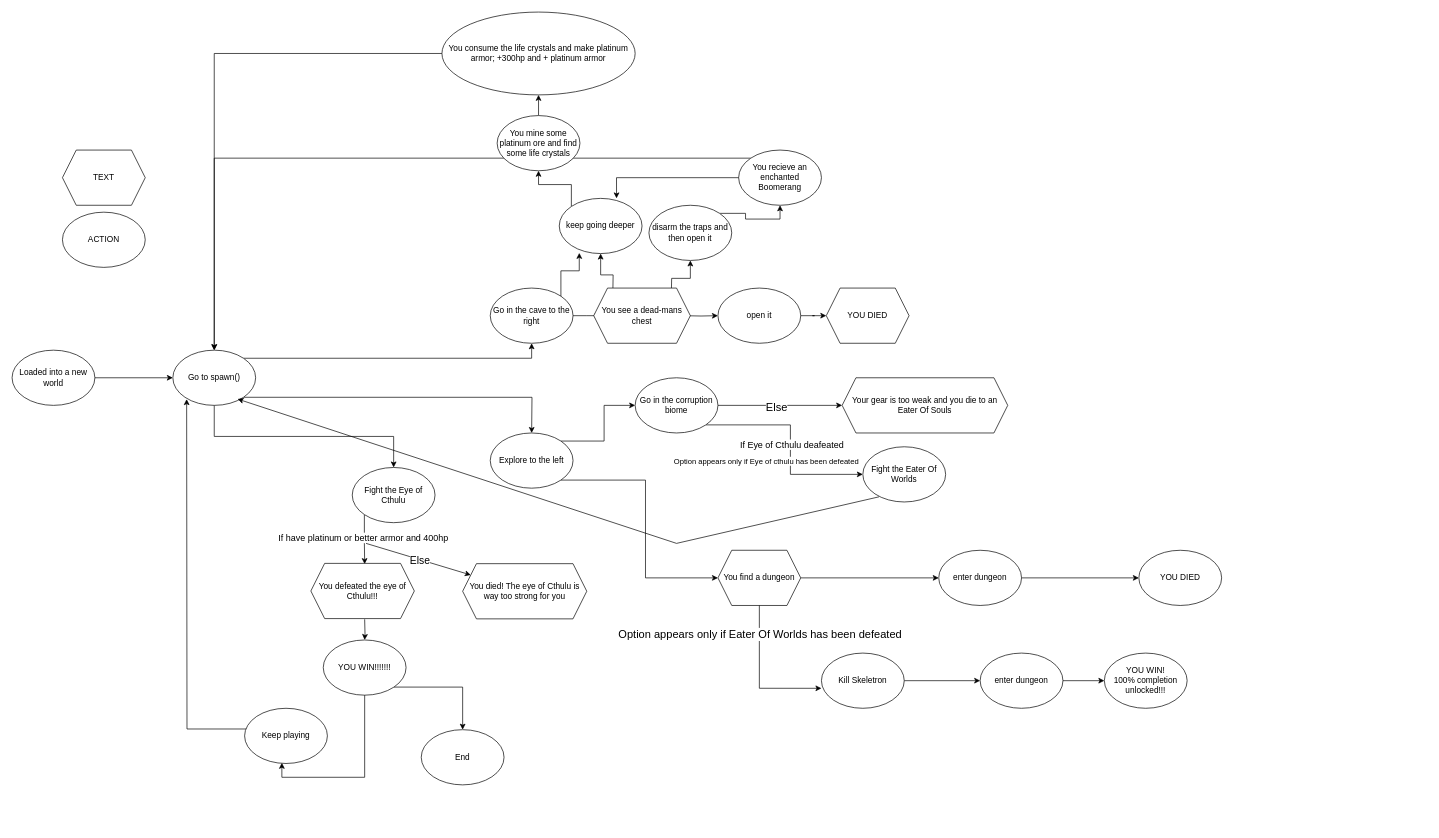
ReinisDelvers/ifififififififififif keeps this draw.io diagram as TERRORIA.drawio. Above is the earlier version. Source tidied: cells renumbered, new cells numbered last; positions are measured from the earlier drawing's top-left corner, leaving out a move shared by most shapes. Both pictures are drawn from the tidied source at 69%, with x=0, y=0 at pixel (12, 12).
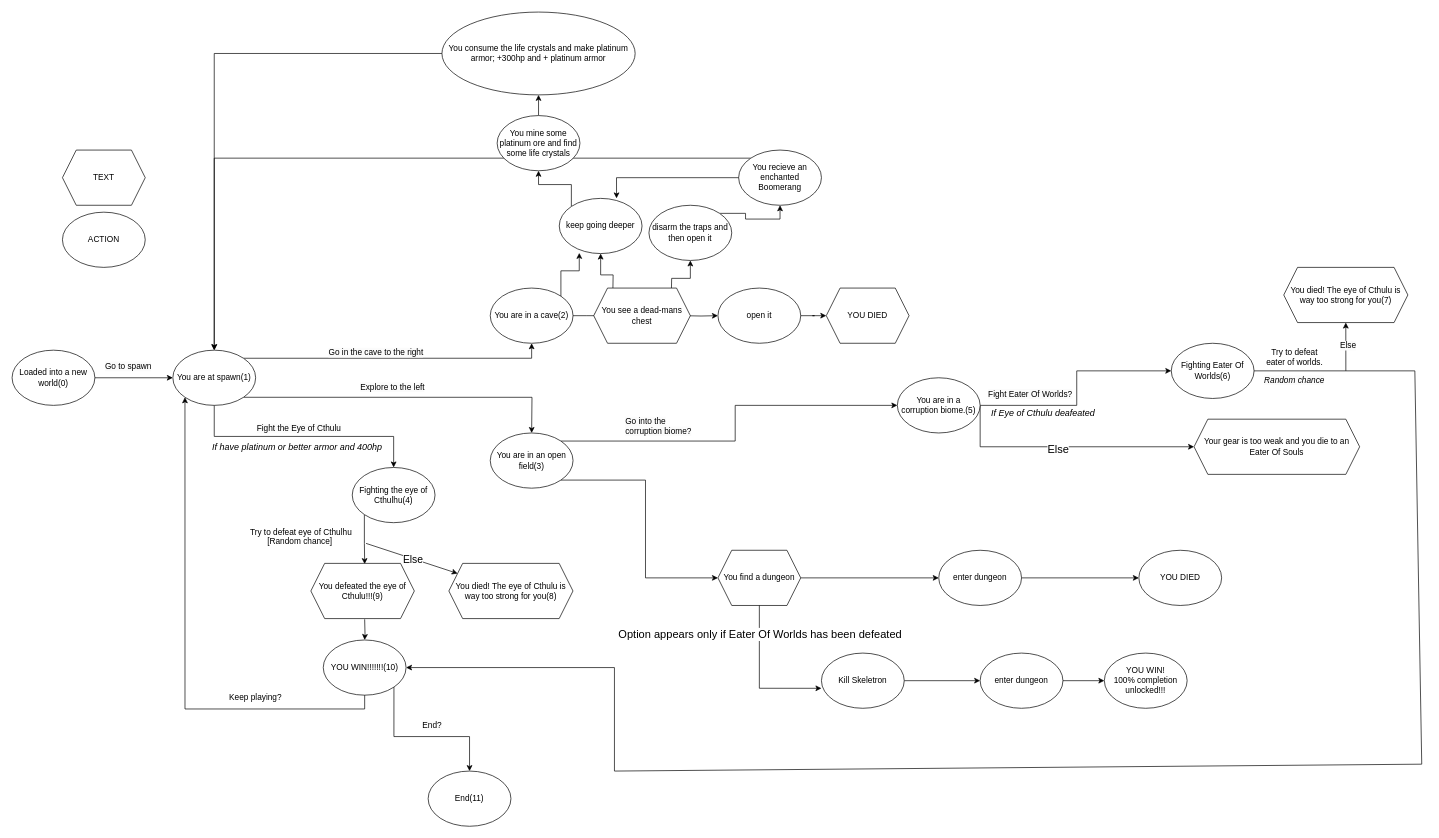
Above is the later version.

The change refers to these unchanged cells:
```xml
<mxCell id="36" style="edgeStyle=orthogonalEdgeStyle;rounded=0;jettySize=auto;html=1;exitX=0;exitY=1;exitDx=0;exitDy=0;" parent="1" edge="1" source="38">
  <mxGeometry relative="1" as="geometry">
    <mxPoint x="511" y="800" as="targetPoint" />
  </mxGeometry>
</mxCell>
```

Diff of the diagram source:
```diff
@@
-    <mxCell id="5" value="Go to spawn()" style="ellipse;whiteSpace=wrap;html=1;" parent="1" vertex="1">
+    <mxCell id="5" value="&lt;div&gt;You are at spawn(1)&lt;/div&gt;" style="ellipse;whiteSpace=wrap;html=1;" parent="1" vertex="1">
       <mxGeometry x="233" y="490" width="120" height="80" as="geometry" />
     </mxCell>
@@
-    <mxCell id="7" value="Go in the cave to the right" style="ellipse;whiteSpace=wrap;html=1;" parent="1" vertex="1">
+    <mxCell id="7" value="You are in a cave(2)" style="ellipse;whiteSpace=wrap;html=1;" parent="1" vertex="1">
       <mxGeometry x="693" y="400" width="120" height="80" as="geometry" />
     </mxCell>
@@
-    <mxCell id="10" value="Explore to the left" style="ellipse;whiteSpace=wrap;html=1;" parent="1" vertex="1">
+    <mxCell id="10" value="You are in an open field(3)" style="ellipse;whiteSpace=wrap;html=1;" parent="1" vertex="1">
       <mxGeometry x="693" y="610" width="120" height="80" as="geometry" />
     </mxCell>
-    <mxCell id="11" style="edgeStyle=orthogonalEdgeStyle;rounded=0;jettySize=auto;html=1;exitX=1;exitY=0.5;exitDx=0;exitDy=0;" parent="1" edge="1" source="16">
+    <mxCell id="11" style="edgeStyle=orthogonalEdgeStyle;rounded=0;jettySize=auto;html=1;exitX=1;exitY=0.5;exitDx=0;exitDy=0;entryX=0;entryY=0.5;entryDx=0;entryDy=0;" parent="1" edge="1" source="16" target="56">
       <mxGeometry relative="1" as="geometry">
-        <mxPoint x="1203" y="570" as="targetPoint" />
+        <Array as="points">
+          <mxPoint x="1403" y="630" />
+        </Array>
       </mxGeometry>
     </mxCell>
@@
-    <mxCell id="13" style="edgeStyle=orthogonalEdgeStyle;rounded=0;jettySize=auto;html=1;exitX=1;exitY=1;exitDx=0;exitDy=0;entryX=0;entryY=0.5;entryDx=0;entryDy=0;" parent="1" edge="1" source="16" target="43">
-      <mxGeometry relative="1" as="geometry" />
+    <mxCell id="13" style="edgeStyle=orthogonalEdgeStyle;rounded=0;jettySize=auto;html=1;exitX=1;exitY=0.5;exitDx=0;exitDy=0;entryX=0;entryY=0.5;entryDx=0;entryDy=0;" parent="1" edge="1" source="16" target="43">
+      <mxGeometry relative="1" as="geometry">
+        <Array as="points">
+          <mxPoint x="1543" y="570" />
+          <mxPoint x="1543" y="520" />
+        </Array>
+      </mxGeometry>
     </mxCell>
-    <mxCell id="14" value="&lt;span style=&quot;font-size: 13px;&quot;&gt;If Eye of Cthulu deafeated&lt;/span&gt;" style="edgeLabel;html=1;align=center;verticalAlign=middle;" parent="13" vertex="1">
-      <mxGeometry x="0.01" y="1" relative="1" as="geometry" />
+    <mxCell id="14" value="&lt;span style=&quot;font-size: 13px;&quot;&gt;&lt;i&gt;If Eye of Cthulu deafeated&lt;/i&gt;&lt;/span&gt;" style="edgeLabel;html=1;align=center;verticalAlign=middle;" parent="13" vertex="1">
+      <mxGeometry x="0.01" y="1" relative="1" as="geometry">
+        <mxPoint x="-49" y="35" as="offset" />
+      </mxGeometry>
     </mxCell>
-    <mxCell id="15" value="&lt;div style=&quot;&quot;&gt;Option appears only if Eye of cthulu has been defeated&lt;/div&gt;" style="edgeLabel;html=1;align=center;verticalAlign=middle;" parent="13" vertex="1">
-      <mxGeometry x="-0.55" relative="1" as="geometry">
-        <mxPoint x="20" y="52" as="offset" />
-      </mxGeometry>
-    </mxCell>
-    <mxCell id="16" value="Go in the corruption biome" style="ellipse;whiteSpace=wrap;html=1;" parent="1" vertex="1">
-      <mxGeometry x="903" y="530" width="120" height="80" as="geometry" />
+    <mxCell id="16" value="You are in a corruption biome.(5)" style="ellipse;whiteSpace=wrap;html=1;" parent="1" vertex="1">
+      <mxGeometry x="1283" y="530" width="120" height="80" as="geometry" />
     </mxCell>
@@
-    <mxCell id="35" value="Loaded into a new world" style="ellipse;whiteSpace=wrap;html=1;" parent="1" vertex="1">
+    <mxCell id="35" value="Loaded into a new world(0)" style="ellipse;whiteSpace=wrap;html=1;" parent="1" vertex="1">
       <mxGeometry y="490" width="120" height="80" as="geometry" />
     </mxCell>
@@
-    <mxCell id="37" value="&lt;font style=&quot;font-size: 13px;&quot;&gt;If have platinum or better armor and 400hp&lt;/font&gt;" style="edgeLabel;html=1;align=center;verticalAlign=middle;" parent="36" vertex="1">
-      <mxGeometry x="-0.08" y="-2" relative="1" as="geometry" />
+    <mxCell id="37" value="&lt;font style=&quot;font-size: 13px;&quot;&gt;&lt;i&gt;If have platinum or better armor and 400hp&lt;/i&gt;&lt;/font&gt;" style="edgeLabel;html=1;align=center;verticalAlign=middle;" parent="36" vertex="1">
+      <mxGeometry x="-0.08" y="-2" relative="1" as="geometry">
+        <mxPoint x="-96" y="-132" as="offset" />
+      </mxGeometry>
     </mxCell>
-    <mxCell id="38" value="Fight the Eye of Cthulu" style="ellipse;whiteSpace=wrap;html=1;" parent="1" vertex="1">
+    <mxCell id="38" value="Fighting the eye of Cthulhu(4)" style="ellipse;whiteSpace=wrap;html=1;" parent="1" vertex="1">
       <mxGeometry x="493" y="660" width="120" height="80" as="geometry" />
     </mxCell>
@@
-    <mxCell id="43" value="Fight the Eater Of Worlds" style="ellipse;whiteSpace=wrap;html=1;" parent="1" vertex="1">
-      <mxGeometry x="1233" y="630" width="120" height="80" as="geometry" />
+    <mxCell id="43" value="Fighting Eater Of Worlds(6)" style="ellipse;whiteSpace=wrap;html=1;" parent="1" vertex="1">
+      <mxGeometry x="1680" y="480" width="120" height="80" as="geometry" />
     </mxCell>
-    <mxCell id="44" style="edgeStyle=orthogonalEdgeStyle;rounded=0;jettySize=auto;html=1;exitX=1;exitY=1;exitDx=0;exitDy=0;" parent="1" edge="1" source="45" target="49">
-      <mxGeometry relative="1" as="geometry" />
-    </mxCell>
-    <mxCell id="45" value="YOU WIN!!!!!!!" style="ellipse;whiteSpace=wrap;html=1;" parent="1" vertex="1">
+    <mxCell id="45" value="YOU WIN!!!!!!!(10)" style="ellipse;whiteSpace=wrap;html=1;" parent="1" vertex="1">
       <mxGeometry x="451" y="910" width="120" height="80" as="geometry" />
     </mxCell>
-    <mxCell id="46" style="edgeStyle=orthogonalEdgeStyle;rounded=0;jettySize=auto;html=1;exitX=0.5;exitY=1;exitDx=0;exitDy=0;entryX=0.45;entryY=0.988;entryDx=0;entryDy=0;entryPerimeter=0;" parent="1" edge="1" source="45" target="48">
+    <mxCell id="46" style="edgeStyle=orthogonalEdgeStyle;rounded=0;jettySize=auto;html=1;exitX=0.5;exitY=1;exitDx=0;exitDy=0;entryX=0;entryY=1;entryDx=0;entryDy=0;" parent="1" edge="1" source="45" target="5">
       <mxGeometry relative="1" as="geometry" />
     </mxCell>
-    <mxCell id="47" style="edgeStyle=orthogonalEdgeStyle;rounded=0;jettySize=auto;html=1;entryX=0.5;entryY=1;entryDx=0;entryDy=0;exitX=0.042;exitY=0.375;exitDx=0;exitDy=0;exitPerimeter=0;" parent="1" edge="1" source="48">
-      <mxGeometry relative="1" as="geometry">
-        <mxPoint x="253" y="561" as="targetPoint" />
-      </mxGeometry>
-    </mxCell>
-    <mxCell id="48" value="Keep playing" style="ellipse;whiteSpace=wrap;html=1;" parent="1" vertex="1">
-      <mxGeometry x="337" y="1009" width="120" height="80" as="geometry" />
-    </mxCell>
-    <mxCell id="49" value="End" style="ellipse;whiteSpace=wrap;html=1;" parent="1" vertex="1">
-      <mxGeometry x="593" y="1040" width="120" height="80" as="geometry" />
+    <mxCell id="49" value="End(11)" style="ellipse;whiteSpace=wrap;html=1;" parent="1" vertex="1">
+      <mxGeometry x="603" y="1100" width="120" height="80" as="geometry" />
     </mxCell>
@@
-    <mxCell id="54" value="You died! The eye of Cthulu is way too strong for you" style="shape=hexagon;perimeter=hexagonPerimeter2;whiteSpace=wrap;html=1;fixedSize=1;" parent="1" vertex="1">
-      <mxGeometry x="653" y="799.4" width="179.9" height="80" as="geometry" />
+    <mxCell id="54" value="You died! The eye of Cthulu is way too strong for you(8)" style="shape=hexagon;perimeter=hexagonPerimeter2;whiteSpace=wrap;html=1;fixedSize=1;" parent="1" vertex="1">
+      <mxGeometry x="633" y="799" width="179.9" height="80" as="geometry" />
     </mxCell>
-    <mxCell id="55" value="You defeated the eye of Cthulu!!!" style="shape=hexagon;perimeter=hexagonPerimeter2;whiteSpace=wrap;html=1;fixedSize=1;" parent="1" vertex="1">
+    <mxCell id="55" value="You defeated the eye of Cthulu!!!(9)" style="shape=hexagon;perimeter=hexagonPerimeter2;whiteSpace=wrap;html=1;fixedSize=1;" parent="1" vertex="1">
       <mxGeometry x="433" y="799" width="150" height="80" as="geometry" />
     </mxCell>
     <mxCell id="56" value="Your gear is too weak and you die to an Eater Of Souls" style="shape=hexagon;perimeter=hexagonPerimeter2;whiteSpace=wrap;html=1;fixedSize=1;" parent="1" vertex="1">
-      <mxGeometry x="1203" y="530" width="240" height="80" as="geometry" />
+      <mxGeometry x="1713" y="590" width="240" height="80" as="geometry" />
     </mxCell>
@@
-    <mxCell id="61" style="endArrow=classic;html=1;rounded=0;exitX=0.195;exitY=0.907;exitDx=0;exitDy=0;exitPerimeter=0;entryX=0.782;entryY=0.885;entryDx=0;entryDy=0;entryPerimeter=0;" parent="1" edge="1" source="43" target="5">
-      <mxGeometry relative="1" as="geometry">
-        <Array as="points">
-          <mxPoint x="963" y="770" />
-        </Array>
-      </mxGeometry>
-    </mxCell>
@@
+    <mxCell id="70" value="&lt;span style=&quot;color: rgb(0, 0, 0); font-family: Helvetica; font-size: 12px; font-style: normal; font-variant-ligatures: normal; font-variant-caps: normal; font-weight: 400; letter-spacing: normal; orphans: 2; text-align: center; text-indent: 0px; text-transform: none; widows: 2; word-spacing: 0px; -webkit-text-stroke-width: 0px; white-space: normal; background-color: rgb(251, 251, 251); text-decoration-thickness: initial; text-decoration-style: initial; text-decoration-color: initial; display: inline !important; float: none;&quot;&gt;Go to spawn&lt;/span&gt;&lt;div&gt;&lt;span style=&quot;color: rgb(0, 0, 0); font-family: Helvetica; font-size: 12px; font-style: normal; font-variant-ligatures: normal; font-variant-caps: normal; font-weight: 400; letter-spacing: normal; orphans: 2; text-align: center; text-indent: 0px; text-transform: none; widows: 2; word-spacing: 0px; -webkit-text-stroke-width: 0px; white-space: normal; background-color: rgb(251, 251, 251); text-decoration-thickness: initial; text-decoration-style: initial; text-decoration-color: initial; display: inline !important; float: none;&quot;&gt;&lt;br&gt;&lt;/span&gt;&lt;/div&gt;" style="text;whiteSpace=wrap;html=1;" parent="1" vertex="1">
+      <mxGeometry x="133" y="500" width="110" height="40" as="geometry" />
+    </mxCell>
+    <mxCell id="71" value="&lt;span style=&quot;color: rgb(0, 0, 0); font-family: Helvetica; font-size: 12px; font-style: normal; font-variant-ligatures: normal; font-variant-caps: normal; font-weight: 400; letter-spacing: normal; orphans: 2; text-align: center; text-indent: 0px; text-transform: none; widows: 2; word-spacing: 0px; -webkit-text-stroke-width: 0px; white-space: normal; background-color: rgb(251, 251, 251); text-decoration-thickness: initial; text-decoration-style: initial; text-decoration-color: initial; display: inline !important; float: none;&quot;&gt;Go in the cave to the right&lt;/span&gt;" style="text;whiteSpace=wrap;html=1;" parent="1" vertex="1">
+      <mxGeometry x="457" y="480" width="170" height="40" as="geometry" />
+    </mxCell>
+    <mxCell id="72" value="&lt;span style=&quot;color: rgb(0, 0, 0); font-family: Helvetica; font-size: 12px; font-style: normal; font-variant-ligatures: normal; font-variant-caps: normal; font-weight: 400; letter-spacing: normal; orphans: 2; text-align: center; text-indent: 0px; text-transform: none; widows: 2; word-spacing: 0px; -webkit-text-stroke-width: 0px; white-space: normal; background-color: rgb(251, 251, 251); text-decoration-thickness: initial; text-decoration-style: initial; text-decoration-color: initial; display: inline !important; float: none;&quot;&gt;Explore to the left&lt;/span&gt;" style="text;whiteSpace=wrap;html=1;" parent="1" vertex="1">
+      <mxGeometry x="503" y="530" width="130" height="40" as="geometry" />
+    </mxCell>
+    <mxCell id="73" value="&lt;span style=&quot;color: rgb(0, 0, 0); font-family: Helvetica; font-size: 12px; font-style: normal; font-variant-ligatures: normal; font-variant-caps: normal; font-weight: 400; letter-spacing: normal; orphans: 2; text-align: center; text-indent: 0px; text-transform: none; widows: 2; word-spacing: 0px; -webkit-text-stroke-width: 0px; white-space: normal; background-color: rgb(251, 251, 251); text-decoration-thickness: initial; text-decoration-style: initial; text-decoration-color: initial; display: inline !important; float: none;&quot;&gt;Fight the Eye of Cthulu&lt;/span&gt;" style="text;whiteSpace=wrap;html=1;" parent="1" vertex="1">
+      <mxGeometry x="353" y="590" width="160" height="40" as="geometry" />
+    </mxCell>
+    <mxCell id="74" value="&lt;div style=&quot;text-align: center;&quot;&gt;&lt;span style=&quot;background-color: initial;&quot;&gt;Try to defeat eye of Cthulhu [Random chance]&amp;nbsp;&lt;/span&gt;&lt;/div&gt;" style="text;whiteSpace=wrap;html=1;" parent="1" vertex="1">
+      <mxGeometry x="323" y="740" width="190" height="40" as="geometry" />
+    </mxCell>
+    <mxCell id="75" value="&lt;div style=&quot;text-align: center;&quot;&gt;Keep playing?&lt;/div&gt;" style="text;whiteSpace=wrap;html=1;" parent="1" vertex="1">
+      <mxGeometry x="313" y="980" width="100" height="40" as="geometry" />
+    </mxCell>
+    <mxCell id="44" style="edgeStyle=orthogonalEdgeStyle;rounded=0;jettySize=auto;html=1;exitX=1;exitY=1;exitDx=0;exitDy=0;entryX=0.5;entryY=0;entryDx=0;entryDy=0;" parent="1" edge="1" source="45" target="49">
+      <mxGeometry relative="1" as="geometry">
+        <Array as="points">
+          <mxPoint x="553" y="1050" />
+          <mxPoint x="663" y="1050" />
+        </Array>
+      </mxGeometry>
+    </mxCell>
+    <mxCell id="76" value="&lt;span style=&quot;color: rgb(0, 0, 0); font-family: Helvetica; font-size: 12px; font-style: normal; font-variant-ligatures: normal; font-variant-caps: normal; font-weight: 400; letter-spacing: normal; orphans: 2; text-align: center; text-indent: 0px; text-transform: none; widows: 2; word-spacing: 0px; -webkit-text-stroke-width: 0px; white-space: normal; background-color: rgb(251, 251, 251); text-decoration-thickness: initial; text-decoration-style: initial; text-decoration-color: initial; display: inline !important; float: none;&quot;&gt;End?&lt;/span&gt;" style="text;whiteSpace=wrap;html=1;" parent="1" vertex="1">
+      <mxGeometry x="593" y="1020" width="110" height="40" as="geometry" />
+    </mxCell>
+    <mxCell id="77" value="&lt;span style=&quot;color: rgb(0, 0, 0); font-family: Helvetica; font-size: 12px; font-style: normal; font-variant-ligatures: normal; font-variant-caps: normal; font-weight: 400; letter-spacing: normal; orphans: 2; text-align: center; text-indent: 0px; text-transform: none; widows: 2; word-spacing: 0px; -webkit-text-stroke-width: 0px; white-space: normal; background-color: rgb(251, 251, 251); text-decoration-thickness: initial; text-decoration-style: initial; text-decoration-color: initial; display: inline !important; float: none;&quot;&gt;Go into the corruption biome?&lt;/span&gt;" style="text;whiteSpace=wrap;html=1;" parent="1" vertex="1">
+      <mxGeometry x="887" y="580" width="110" height="40" as="geometry" />
+    </mxCell>
+    <mxCell id="78" value="&lt;span style=&quot;color: rgb(0, 0, 0); font-family: Helvetica; font-size: 12px; font-style: normal; font-variant-ligatures: normal; font-variant-caps: normal; font-weight: 400; letter-spacing: normal; orphans: 2; text-align: center; text-indent: 0px; text-transform: none; widows: 2; word-spacing: 0px; -webkit-text-stroke-width: 0px; white-space: normal; background-color: rgb(251, 251, 251); text-decoration-thickness: initial; text-decoration-style: initial; text-decoration-color: initial; display: inline !important; float: none;&quot;&gt;Fight Eater Of Worlds?&lt;/span&gt;" style="text;whiteSpace=wrap;html=1;" parent="1" vertex="1">
+      <mxGeometry x="1413" y="540" width="190" height="40" as="geometry" />
+    </mxCell>
+    <mxCell id="79" style="endArrow=classic;html=1;rounded=0;exitX=1;exitY=0.5;exitDx=0;exitDy=0;entryX=1;entryY=0.5;entryDx=0;entryDy=0;" parent="1" edge="1" source="43" target="45">
+      <mxGeometry relative="1" as="geometry">
+        <Array as="points">
+          <mxPoint x="2033" y="520" />
+          <mxPoint x="2043" y="1090" />
+          <mxPoint x="873" y="1100" />
+          <mxPoint x="873" y="950" />
+        </Array>
+      </mxGeometry>
+    </mxCell>
+    <mxCell id="80" value="You died! The eye of Cthulu is way too strong for you(7)" style="shape=hexagon;perimeter=hexagonPerimeter2;whiteSpace=wrap;html=1;fixedSize=1;" parent="1" vertex="1">
+      <mxGeometry x="1843" y="370" width="179.9" height="80" as="geometry" />
+    </mxCell>
+    <mxCell id="81" style="endArrow=classic;html=1;rounded=0;entryX=0.5;entryY=1;entryDx=0;entryDy=0;" parent="1" edge="1" target="80">
+      <mxGeometry relative="1" as="geometry">
+        <mxPoint x="1933" y="520" as="sourcePoint" />
+      </mxGeometry>
+    </mxCell>
+    <mxCell id="82" value="&lt;span style=&quot;color: rgb(0, 0, 0); font-family: Helvetica; font-size: 12px; font-style: normal; font-variant-ligatures: normal; font-variant-caps: normal; font-weight: 400; letter-spacing: normal; orphans: 2; text-align: center; text-indent: 0px; text-transform: none; widows: 2; word-spacing: 0px; -webkit-text-stroke-width: 0px; white-space: normal; background-color: rgb(251, 251, 251); text-decoration-thickness: initial; text-decoration-style: initial; text-decoration-color: initial; display: inline !important; float: none;&quot;&gt;Else&lt;/span&gt;" style="text;whiteSpace=wrap;html=1;" parent="1" vertex="1">
+      <mxGeometry x="1923" y="470" width="60" height="40" as="geometry" />
+    </mxCell>
+    <mxCell id="83" value="&lt;div style=&quot;text-align: center;&quot;&gt;&lt;span style=&quot;background-color: initial;&quot;&gt;Try to defeat eater of worlds.&lt;/span&gt;&lt;/div&gt;&lt;div style=&quot;text-align: center;&quot;&gt;&lt;span style=&quot;background-color: initial;&quot;&gt;&lt;br&gt;&lt;/span&gt;&lt;/div&gt;" style="text;whiteSpace=wrap;html=1;" parent="1" vertex="1">
+      <mxGeometry x="1813" y="480" width="90" height="40" as="geometry" />
+    </mxCell>
+    <mxCell id="84" value="&lt;span style=&quot;color: rgb(0, 0, 0); font-family: Helvetica; font-size: 12px; font-variant-ligatures: normal; font-variant-caps: normal; font-weight: 400; letter-spacing: normal; orphans: 2; text-align: center; text-indent: 0px; text-transform: none; widows: 2; word-spacing: 0px; -webkit-text-stroke-width: 0px; white-space: normal; background-color: rgb(251, 251, 251); text-decoration-thickness: initial; text-decoration-style: initial; text-decoration-color: initial; float: none; display: inline !important;&quot;&gt;&lt;i&gt;Random chance&lt;/i&gt;&lt;/span&gt;" style="text;whiteSpace=wrap;html=1;" parent="1" vertex="1">
+      <mxGeometry x="1813" y="520" width="100" height="40" as="geometry" />
+    </mxCell>
```
